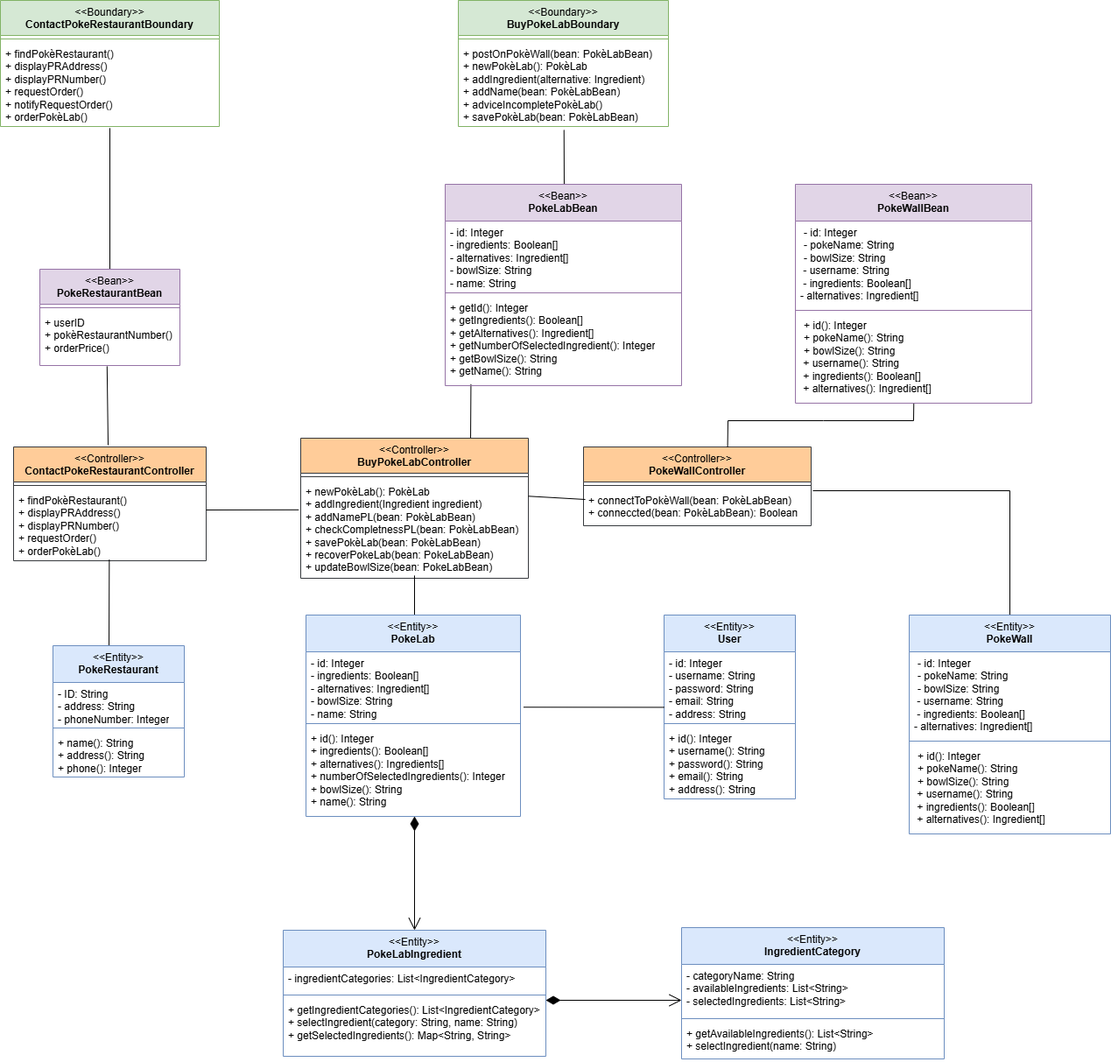
Earlier version of the draw.io export diagrams/BCE.drawio.png (matteopinfildi/YourPoke-ISPWProject). Source tidied: cells renumbered, new cells last; positions are measured from the earlier drawing's top-left corner, leaving out a move shared by most shapes.
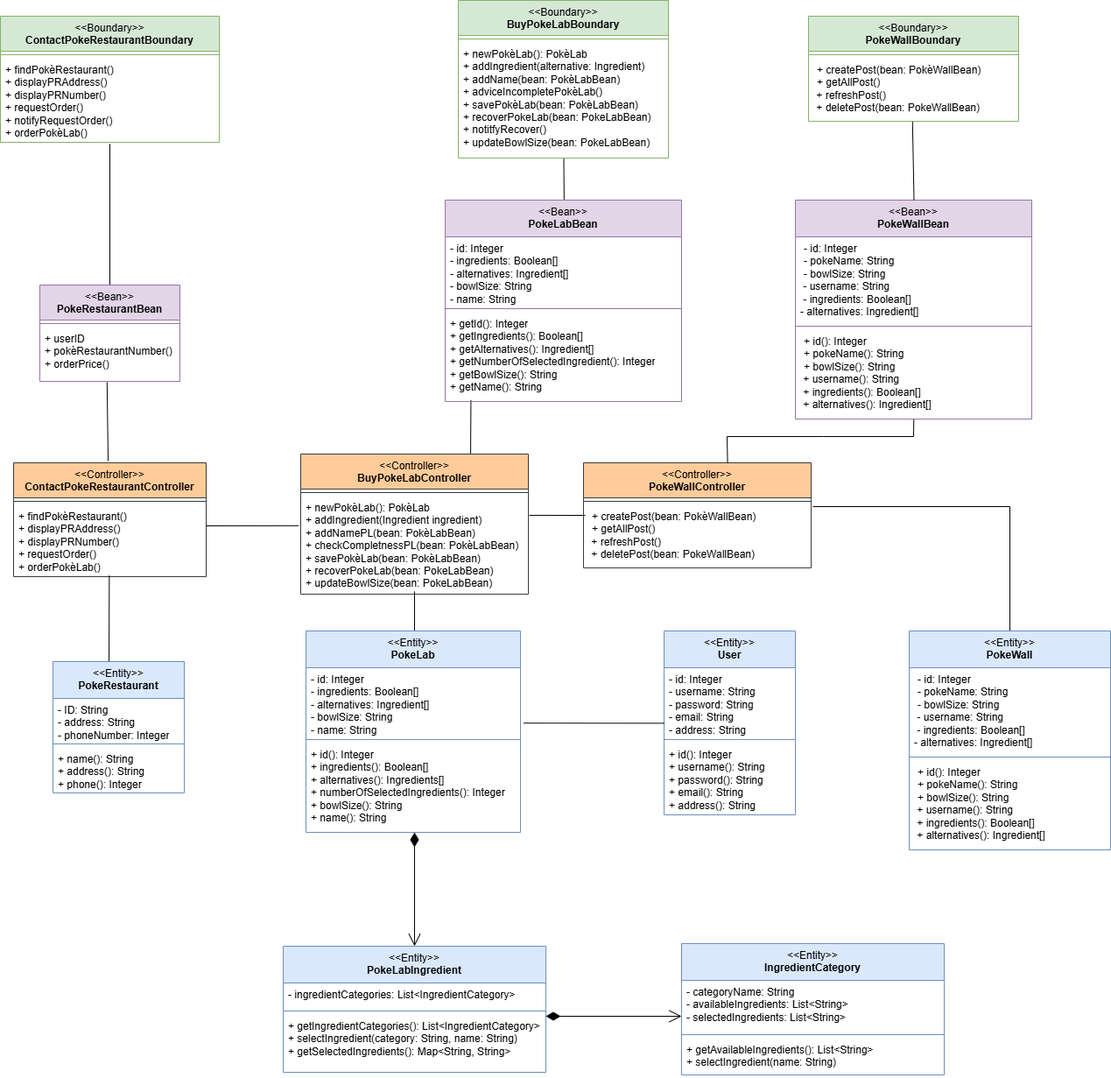
Above is the later version.

The edit, as a diff of the source:
```diff
@@ -12,18 +12,18 @@
       <mxGeometry y="48" width="250" height="96" as="geometry" />
     </mxCell>
     <mxCell id="5" value="&lt;div&gt;&lt;span style=&quot;font-weight: normal;&quot;&gt;&amp;lt;&amp;lt;Boundary&amp;gt;&amp;gt;&lt;/span&gt;&lt;/div&gt;BuyPokeLabBoundary" style="swimlane;fontStyle=1;align=center;verticalAlign=top;horizontal=1;startSize=40;whiteSpace=wrap;html=1;fillColor=#d5e8d4;strokeColor=#82b366;" parent="1" vertex="1">
-      <mxGeometry x="523" width="240" height="144" as="geometry" />
+      <mxGeometry x="523" y="-18" width="240" height="180" as="geometry" />
     </mxCell>
     <mxCell id="6" style="line;strokeWidth=1;fillColor=none;align=left;verticalAlign=middle;spacingTop=-1;spacingLeft=3;spacingRight=3;labelPosition=right;strokeColor=inherit;" parent="5" vertex="1">
       <mxGeometry y="40" width="240" height="8" as="geometry" />
     </mxCell>
-    <mxCell id="7" value="+ postOnPokèWall(bean: PokèLabBean)&lt;div&gt;+ newPokèLab(): PokèLab&lt;/div&gt;&lt;div&gt;+ addIngredient(alternative: Ingredient)&lt;/div&gt;&lt;div&gt;+ addName(bean: PokèLabBean)&lt;/div&gt;&lt;div&gt;+ adviceIncompletePokèLab()&lt;/div&gt;&lt;div&gt;+ savePokèLab(bean: PokèLabBean)&lt;/div&gt;" style="text;strokeColor=none;fillColor=none;align=left;verticalAlign=top;spacingLeft=4;spacingRight=4;overflow=hidden;points=[[0,0.5],[1,0.5]];portConstraint=eastwest;whiteSpace=wrap;html=1;" parent="5" vertex="1">
-      <mxGeometry y="48" width="240" height="96" as="geometry" />
+    <mxCell id="7" value="&lt;div&gt;+ newPokèLab(): PokèLab&lt;/div&gt;&lt;div&gt;+ addIngredient(alternative: Ingredient)&lt;/div&gt;&lt;div&gt;+ addName(bean: PokèLabBean)&lt;/div&gt;&lt;div&gt;+ adviceIncompletePokèLab()&lt;/div&gt;&lt;div&gt;+ savePokèLab(bean: PokèLabBean)&lt;/div&gt;&lt;div&gt;+ recoverPokeLab(bean: PokeLabBean)&lt;/div&gt;&lt;div&gt;+ notitfyRecover()&lt;/div&gt;&lt;div&gt;+ updateBowlSize(bean: PokeLabBean)&lt;/div&gt;" style="text;strokeColor=none;fillColor=none;align=left;verticalAlign=top;spacingLeft=4;spacingRight=4;overflow=hidden;points=[[0,0.5],[1,0.5]];portConstraint=eastwest;whiteSpace=wrap;html=1;" parent="5" vertex="1">
+      <mxGeometry y="48" width="240" height="132" as="geometry" />
     </mxCell>
     <mxCell id="8" style="endArrow=none;html=1;rounded=0;exitX=0.5;exitY=1.019;exitDx=0;exitDy=0;exitPerimeter=0;entryX=0.5;entryY=0;entryDx=0;entryDy=0;" parent="1" edge="1" source="4" target="10">
       <mxGeometry relative="1" as="geometry" />
     </mxCell>
-    <mxCell id="9" style="endArrow=none;html=1;rounded=0;exitX=0.503;exitY=1.042;exitDx=0;exitDy=0;exitPerimeter=0;" parent="1" edge="1" source="7">
+    <mxCell id="9" style="endArrow=none;html=1;rounded=0;exitX=0.502;exitY=1.004;exitDx=0;exitDy=0;exitPerimeter=0;" parent="1" edge="1" source="7">
       <mxGeometry relative="1" as="geometry">
         <mxPoint x="644" y="230" as="targetPoint" />
       </mxGeometry>
@@ -66,13 +66,13 @@
       <mxGeometry y="48" width="260" height="112" as="geometry" />
     </mxCell>
     <mxCell id="21" value="&lt;div&gt;&lt;span style=&quot;font-weight: normal;&quot;&gt;&amp;lt;&amp;lt;Controller&amp;gt;&amp;gt;&lt;/span&gt;&lt;/div&gt;PokeWallController" style="swimlane;fontStyle=1;align=center;verticalAlign=top;horizontal=1;startSize=40;whiteSpace=wrap;html=1;fillColor=#ffcc99;strokeColor=#36393d;" parent="1" vertex="1">
-      <mxGeometry x="666" y="510" width="260" height="90" as="geometry" />
+      <mxGeometry x="666" y="510" width="260" height="120" as="geometry" />
     </mxCell>
     <mxCell id="22" style="line;strokeWidth=1;fillColor=none;align=left;verticalAlign=middle;spacingTop=-1;spacingLeft=3;spacingRight=3;labelPosition=right;strokeColor=inherit;" parent="21" vertex="1">
       <mxGeometry y="40" width="260" height="8" as="geometry" />
     </mxCell>
-    <mxCell id="23" value="+ connectToPokèWall(bean: PokèLabBean)&lt;div&gt;+ conneccted(bean: PokèLabBean): Boolean&lt;/div&gt;&lt;div&gt;&lt;br&gt;&lt;/div&gt;" style="text;strokeColor=none;fillColor=none;align=left;verticalAlign=top;spacingLeft=4;spacingRight=4;overflow=hidden;whiteSpace=wrap;html=1;" parent="21" vertex="1">
-      <mxGeometry y="48" width="260" height="42" as="geometry" />
+    <mxCell id="23" value="&lt;div&gt;&lt;p style=&quot;margin: 0px 0px 0px 4px;&quot;&gt;+ createPost(bean: PokèWallBean)&lt;/p&gt;&lt;p style=&quot;margin: 0px 0px 0px 4px;&quot;&gt;+ getAllPost()&lt;/p&gt;&lt;div&gt;&amp;nbsp;&lt;span style=&quot;background-color: transparent; color: light-dark(rgb(0, 0, 0), rgb(255, 255, 255));&quot;&gt;+ refreshPost()&lt;/span&gt;&lt;/div&gt;&lt;div&gt;&lt;span style=&quot;background-color: transparent; color: light-dark(rgb(0, 0, 0), rgb(255, 255, 255));&quot;&gt;&amp;nbsp;+ deletePost(bean: PokeWallBean)&lt;/span&gt;&lt;/div&gt;&lt;/div&gt;" style="text;strokeColor=none;fillColor=none;align=left;verticalAlign=top;spacingLeft=4;spacingRight=4;overflow=hidden;whiteSpace=wrap;html=1;" parent="21" vertex="1">
+      <mxGeometry y="48" width="260" height="72" as="geometry" />
     </mxCell>
     <mxCell id="24" style="endArrow=none;html=1;rounded=0;entryX=0.497;entryY=0.984;entryDx=0;entryDy=0;entryPerimeter=0;" parent="1" edge="1" target="17">
       <mxGeometry relative="1" as="geometry">
@@ -87,7 +87,7 @@
         </Array>
       </mxGeometry>
     </mxCell>
-    <mxCell id="26" style="endArrow=none;html=1;rounded=0;entryX=1;entryY=0.163;entryDx=0;entryDy=0;entryPerimeter=0;" parent="1" edge="1" target="20">
+    <mxCell id="26" style="endArrow=none;html=1;rounded=0;entryX=1.004;entryY=0.196;entryDx=0;entryDy=0;entryPerimeter=0;" parent="1" edge="1" target="20">
       <mxGeometry relative="1" as="geometry">
         <mxPoint x="668" y="570" as="sourcePoint" />
       </mxGeometry>
@@ -205,7 +205,7 @@
       <mxGeometry relative="1" as="geometry">
         <mxPoint x="830.6" y="510" as="sourcePoint" />
         <Array as="points">
-          <mxPoint x="831" y="480" />
+          <mxPoint x="830" y="480" />
           <mxPoint x="940" y="480" />
           <mxPoint x="1043" y="480" />
         </Array>
@@ -223,5 +223,19 @@
     <mxCell id="64" value="&lt;p style=&quot;margin: 0px 0px 0px 4px;&quot;&gt;+ id(): Integer&lt;/p&gt;&lt;p style=&quot;margin: 0px 0px 0px 4px;&quot;&gt;+ pokeName(): String&lt;/p&gt;&lt;p style=&quot;margin: 0px 0px 0px 4px;&quot;&gt;&lt;span style=&quot;background-color: transparent; color: light-dark(rgb(0, 0, 0), rgb(255, 255, 255));&quot;&gt;+ bowlSize(): String&lt;/span&gt;&lt;/p&gt;&amp;nbsp;+ username(): String&lt;div&gt;&amp;nbsp;+ ingredients(): Boolean[]&lt;/div&gt;&lt;div&gt;&amp;nbsp;+ alternatives(): Ingredient[]&lt;/div&gt;" style="text;strokeColor=none;fillColor=none;align=left;verticalAlign=top;spacingLeft=4;spacingRight=4;overflow=hidden;points=[[0,0.5],[1,0.5]];portConstraint=eastwest;whiteSpace=wrap;html=1;" parent="61" vertex="1">
       <mxGeometry y="148" width="270" height="102" as="geometry" />
     </mxCell>
+    <mxCell id="65" value="&lt;div&gt;&lt;span style=&quot;font-weight: normal;&quot;&gt;&amp;lt;&amp;lt;Boundary&amp;gt;&amp;gt;&lt;/span&gt;&lt;/div&gt;PokeWallBoundary" style="swimlane;fontStyle=1;align=center;verticalAlign=top;horizontal=1;startSize=40;whiteSpace=wrap;html=1;fillColor=#d5e8d4;strokeColor=#82b366;" parent="1" vertex="1">
+      <mxGeometry x="923" width="240" height="120" as="geometry" />
+    </mxCell>
+    <mxCell id="66" style="line;strokeWidth=1;fillColor=none;align=left;verticalAlign=middle;spacingTop=-1;spacingLeft=3;spacingRight=3;labelPosition=right;strokeColor=inherit;" parent="65" vertex="1">
+      <mxGeometry y="40" width="240" height="8" as="geometry" />
+    </mxCell>
+    <mxCell id="67" value="&lt;p style=&quot;margin: 0px 0px 0px 4px;&quot;&gt;+ createPost(bean: PokèWallBean)&lt;/p&gt;&lt;p style=&quot;margin: 0px 0px 0px 4px;&quot;&gt;+ getAllPost()&lt;/p&gt;&lt;div&gt;&amp;nbsp;&lt;span style=&quot;background-color: transparent; color: light-dark(rgb(0, 0, 0), rgb(255, 255, 255));&quot;&gt;+ refreshPost()&lt;/span&gt;&lt;/div&gt;&lt;div&gt;&lt;span style=&quot;background-color: transparent; color: light-dark(rgb(0, 0, 0), rgb(255, 255, 255));&quot;&gt;&amp;nbsp;+ deletePost(bean: PokeWallBean)&lt;/span&gt;&lt;/div&gt;" style="text;strokeColor=none;fillColor=none;align=left;verticalAlign=top;spacingLeft=4;spacingRight=4;overflow=hidden;points=[[0,0.5],[1,0.5]];portConstraint=eastwest;whiteSpace=wrap;html=1;" parent="65" vertex="1">
+      <mxGeometry y="48" width="240" height="72" as="geometry" />
+    </mxCell>
+    <mxCell id="68" style="endArrow=none;html=1;rounded=0;exitX=0.495;exitY=1.005;exitDx=0;exitDy=0;exitPerimeter=0;" parent="1" edge="1" source="67">
+      <mxGeometry relative="1" as="geometry">
+        <mxPoint x="1043.5" y="210" as="targetPoint" />
+      </mxGeometry>
+    </mxCell>
   </root>
 </mxGraphModel>
```
